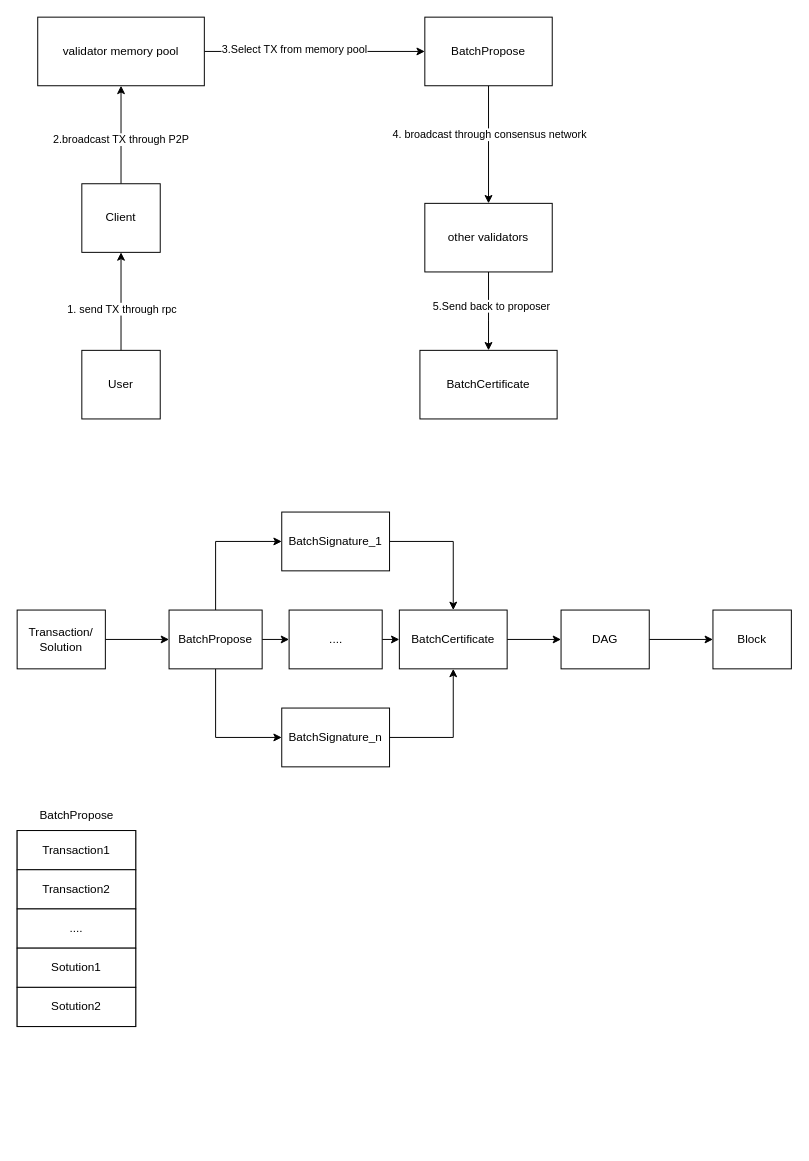
ghostant-1017/draw-io keeps this draw.io diagram as tx_lifecycle.drawio. Above is the earlier version. Source tidied: cells renumbered, new cells numbered last; positions are measured from the earlier drawing's top-left corner, leaving out a move shared by most shapes. Both pictures are drawn from the tidied source at 98%, with x=0, y=0 at pixel (17, 17).
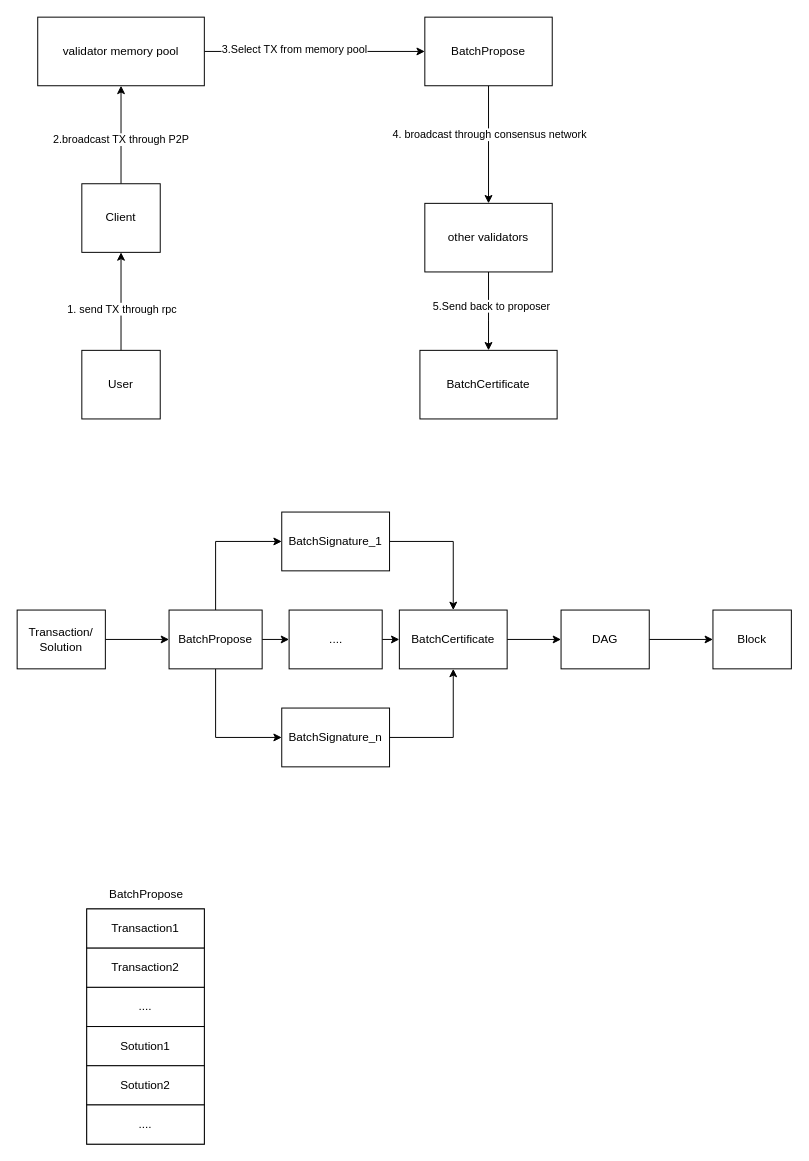
The same diagram, later.

What changed in the source:
```diff
@@
     <mxCell id="35" style="rounded=0;whiteSpace=wrap;html=1;" parent="1" vertex="1">
-      <mxGeometry y="830" width="121" height="200" as="geometry" />
+      <mxGeometry x="71" y="910" width="120" height="240" as="geometry" />
     </mxCell>
     <mxCell id="36" value="Transaction1" style="rounded=0;whiteSpace=wrap;html=1;" parent="1" vertex="1">
-      <mxGeometry y="830" width="121" height="40" as="geometry" />
+      <mxGeometry x="71" y="910" width="120" height="40" as="geometry" />
     </mxCell>
     <mxCell id="37" value="Transaction2" style="rounded=0;whiteSpace=wrap;html=1;" parent="1" vertex="1">
-      <mxGeometry y="870" width="121" height="40" as="geometry" />
+      <mxGeometry x="71" y="950" width="120" height="40" as="geometry" />
     </mxCell>
     <mxCell id="38" value="BatchPropose" style="text;html=1;align=center;verticalAlign=middle;whiteSpace=wrap;rounded=0;" parent="1" vertex="1">
-      <mxGeometry x="30.5" y="800" width="60" height="30" as="geometry" />
+      <mxGeometry x="101.5" y="880" width="60" height="30" as="geometry" />
     </mxCell>
     <mxCell id="39" value="...." style="rounded=0;whiteSpace=wrap;html=1;" parent="1" vertex="1">
-      <mxGeometry y="910" width="121" height="40" as="geometry" />
+      <mxGeometry x="71" y="990" width="120" height="40" as="geometry" />
     </mxCell>
     <mxCell id="40" value="Sotution1" style="rounded=0;whiteSpace=wrap;html=1;" parent="1" vertex="1">
-      <mxGeometry y="950" width="121" height="40" as="geometry" />
+      <mxGeometry x="71" y="1030" width="120" height="40" as="geometry" />
     </mxCell>
     <mxCell id="41" value="Sotution2" style="rounded=0;whiteSpace=wrap;html=1;" parent="1" vertex="1">
-      <mxGeometry y="990" width="121" height="40" as="geometry" />
+      <mxGeometry x="71" y="1070" width="120" height="40" as="geometry" />
     </mxCell>
+    <mxCell id="42" value="...." style="rounded=0;whiteSpace=wrap;html=1;" parent="1" vertex="1">
+      <mxGeometry x="71" y="1110" width="120" height="40" as="geometry" />
+    </mxCell>
```
